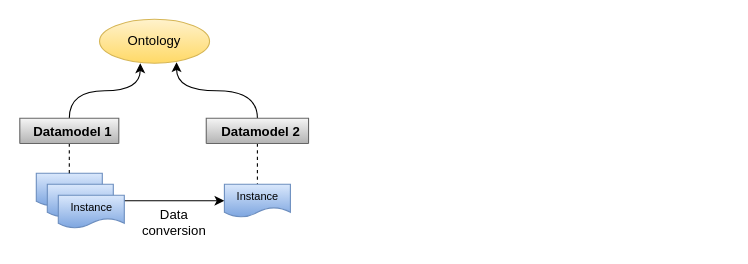
Earlier version of the draw.io diagram page "Page-17" (8 of 17) of examples/dehydrogenation/figs/dehydrogenation.drawio (SINTEF/dlite). Source tidied: cells renumbered, new cells numbered last; positions are measured from the earlier drawing's top-left corner, leaving out a move shared by most shapes. Both pictures are drawn from the tidied source at 110%, with x=0, y=0 at pixel (20, 19).
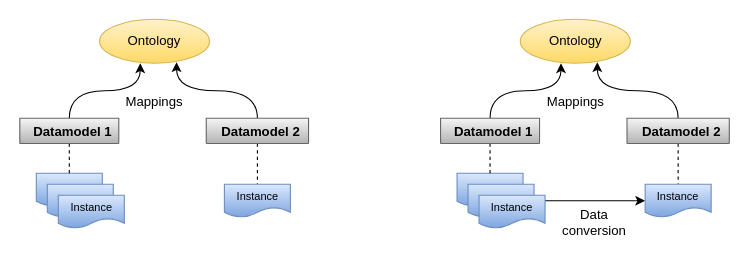
After the change.

Unchanged cells that the change refers to:
```xml
<mxCell id="14" value="&lt;font style=&quot;font-size: 10px&quot;&gt;Instance&lt;/font&gt;" style="shape=document;whiteSpace=wrap;html=1;boundedLbl=1;fillColor=#dae8fc;gradientColor=#7ea6e0;strokeColor=#6c8ebf;" parent="1" vertex="1">
  <mxGeometry x="185.5" y="150" width="60" height="30" as="geometry" />
</mxCell>
```

The edit, as a diff of the source:
```diff
@@
-    <mxCell id="2" style="endArrow=classic;html=1;rounded=0;entryX=0;entryY=0.5;entryDx=0;entryDy=0;" parent="1" edge="1" target="14">
-      <mxGeometry relative="1" as="geometry">
-        <mxPoint x="92" y="165" as="sourcePoint" />
-      </mxGeometry>
-    </mxCell>
@@
+    <mxCell id="16" style="endArrow=classic;html=1;rounded=0;entryX=0;entryY=0.5;entryDx=0;entryDy=0;" parent="1" edge="1" target="28">
+      <mxGeometry relative="1" as="geometry">
+        <mxPoint x="474.5" y="165" as="sourcePoint" />
+      </mxGeometry>
+    </mxCell>
+    <mxCell id="17" style="group;" parent="1" vertex="1">
+      <mxGeometry x="397" y="140" width="90" height="65" as="geometry" />
+    </mxCell>
+    <mxCell id="18" style="shape=document;whiteSpace=wrap;html=1;boundedLbl=1;fillColor=#dae8fc;gradientColor=#7ea6e0;strokeColor=#6c8ebf;" parent="17" vertex="1">
+      <mxGeometry width="60" height="30" as="geometry" />
+    </mxCell>
+    <mxCell id="19" style="shape=document;whiteSpace=wrap;html=1;boundedLbl=1;fillColor=#dae8fc;gradientColor=#7ea6e0;strokeColor=#6c8ebf;" parent="17" vertex="1">
+      <mxGeometry x="10" y="10" width="60" height="30" as="geometry" />
+    </mxCell>
+    <mxCell id="20" value="&lt;font style=&quot;font-size: 10px&quot;&gt;Instance&lt;/font&gt;" style="shape=document;whiteSpace=wrap;html=1;boundedLbl=1;fillColor=#dae8fc;gradientColor=#7ea6e0;strokeColor=#6c8ebf;" parent="17" vertex="1">
+      <mxGeometry x="20" y="20" width="60" height="30" as="geometry" />
+    </mxCell>
+    <mxCell id="21" style="edgeStyle=none;rounded=0;jettySize=auto;html=1;dashed=1;strokeWidth=1;endArrow=none;endFill=0;" parent="1" edge="1" source="23" target="18">
+      <mxGeometry relative="1" as="geometry" />
+    </mxCell>
+    <mxCell id="22" style="edgeStyle=orthogonalEdgeStyle;curved=1;jettySize=auto;html=1;fontSize=14;startFill=0;endFill=1;strokeColor=#000000;strokeWidth=1;fillColor=#60a917;entryX=0.37;entryY=1;entryDx=0;entryDy=0;entryPerimeter=0;" parent="1" edge="1" source="23" target="27">
+      <mxGeometry x="-0.62" y="38" relative="1" as="geometry">
+        <mxPoint x="-33" y="18" as="offset" />
+      </mxGeometry>
+    </mxCell>
+    <mxCell id="23" value="  Datamodel 1" style="swimlane;fillColor=#f5f5f5;gradientColor=#b3b3b3;strokeColor=#666666;startSize=23;" parent="1" vertex="1" collapsed="1">
+      <mxGeometry x="382" y="90" width="90" height="23" as="geometry" />
+    </mxCell>
+    <mxCell id="24" style="edgeStyle=none;rounded=0;jettySize=auto;html=1;dashed=1;strokeWidth=1;endArrow=none;endFill=0;" parent="1" edge="1" source="26" target="28">
+      <mxGeometry relative="1" as="geometry" />
+    </mxCell>
+    <mxCell id="25" style="edgeStyle=orthogonalEdgeStyle;curved=1;jettySize=auto;html=1;fontSize=14;startFill=0;endFill=1;strokeColor=#000000;strokeWidth=1;fillColor=#60a917;entryX=0.7;entryY=0.975;entryDx=0;entryDy=0;entryPerimeter=0;" parent="1" edge="1" source="26" target="27">
+      <mxGeometry relative="1" as="geometry" />
+    </mxCell>
+    <mxCell id="26" value="  Datamodel 2" style="swimlane;fillColor=#f5f5f5;gradientColor=#b3b3b3;strokeColor=#666666;" parent="1" vertex="1" collapsed="1">
+      <mxGeometry x="551.5" y="90" width="93" height="23" as="geometry" />
+    </mxCell>
+    <mxCell id="27" value="Ontology" style="ellipse;whiteSpace=wrap;html=1;fillColor=#fff2cc;strokeColor=#d6b656;gradientColor=#ffd966;" parent="1" vertex="1">
+      <mxGeometry x="454.5" width="100" height="40" as="geometry" />
+    </mxCell>
+    <mxCell id="28" value="&lt;font style=&quot;font-size: 10px&quot;&gt;Instance&lt;/font&gt;" style="shape=document;whiteSpace=wrap;html=1;boundedLbl=1;fillColor=#dae8fc;gradientColor=#7ea6e0;strokeColor=#6c8ebf;" parent="1" vertex="1">
+      <mxGeometry x="568" y="150" width="60" height="30" as="geometry" />
+    </mxCell>
     <mxCell id="15" value="&lt;font style=&quot;font-size: 12px&quot;&gt;Data conversion&lt;/font&gt;" style="text;html=1;strokeColor=none;fillColor=none;align=center;verticalAlign=middle;whiteSpace=wrap;rounded=0;fontSize=10;" parent="1" vertex="1">
-      <mxGeometry x="104.5" y="170" width="70" height="30" as="geometry" />
+      <mxGeometry x="487" y="170" width="70" height="30" as="geometry" />
     </mxCell>
+    <mxCell id="29" value="&lt;font style=&quot;font-size: 12px&quot;&gt;Mappings&lt;/font&gt;" style="text;html=1;strokeColor=none;fillColor=none;align=center;verticalAlign=middle;whiteSpace=wrap;rounded=0;fontSize=10;" parent="1" vertex="1">
+      <mxGeometry x="469.5" y="60" width="70" height="30" as="geometry" />
+    </mxCell>
+    <mxCell id="30" value="&lt;font style=&quot;font-size: 12px&quot;&gt;Mappings&lt;/font&gt;" style="text;html=1;strokeColor=none;fillColor=none;align=center;verticalAlign=middle;whiteSpace=wrap;rounded=0;fontSize=10;" parent="1" vertex="1">
+      <mxGeometry x="87" y="60" width="70" height="30" as="geometry" />
+    </mxCell>
```
